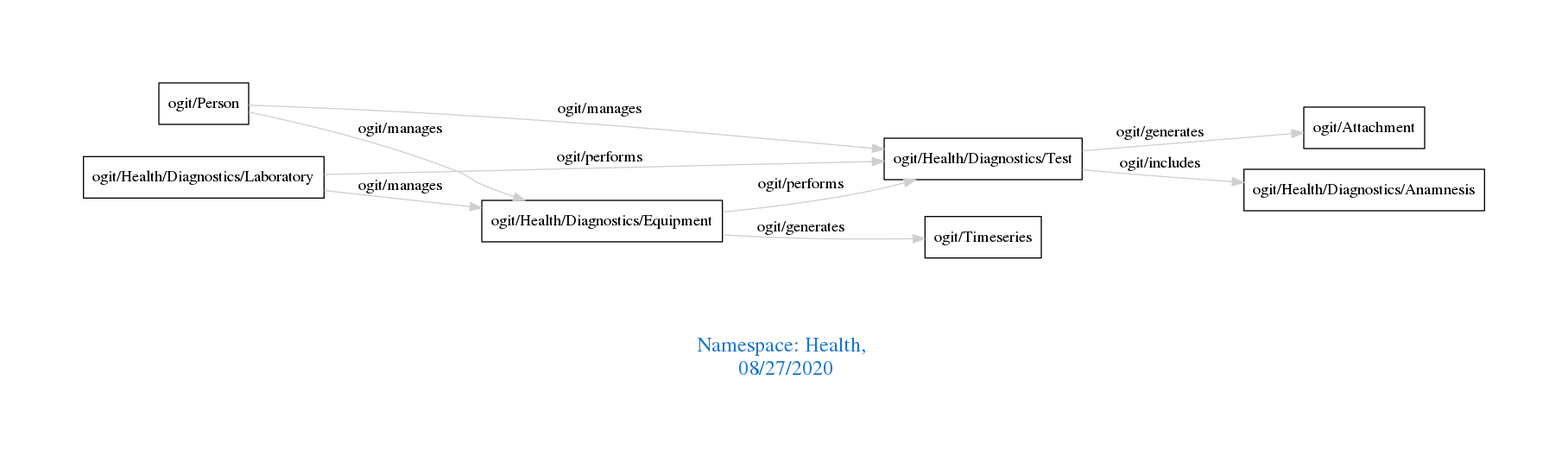
Before: downloads/Health.png, a diagram exported from Graphviz (arago/OGIT). Its source is kept beside it as downloads/Health.dot. Source of this version:
```dot
digraph OGIT_ontology {
 graph [ rankdir= LR,pad=1
fontsize = 18,
fontcolor= dodgerblue3,label = "\n\n\nNamespace: Health, \n 08/27/2020"];
node[shape=polygon];
edge [  color="gray81"];

   "ogit/Health/Diagnostics/Laboratory" -> "ogit/Health/Diagnostics/Equipment" [label="   ogit/manages    "];
   "ogit/Person" -> "ogit/Health/Diagnostics/Equipment" [label="   ogit/manages    "];
   "ogit/Person" -> "ogit/Health/Diagnostics/Test" [label="   ogit/manages    "];
   "ogit/Health/Diagnostics/Equipment" -> "ogit/Timeseries" [label="   ogit/generates    "];
   "ogit/Health/Diagnostics/Test" -> "ogit/Attachment" [label="   ogit/generates    "];
   "ogit/Health/Diagnostics/Test" -> "ogit/Health/Diagnostics/Anamnesis" [label="   ogit/includes    "];
   "ogit/Health/Diagnostics/Equipment" -> "ogit/Health/Diagnostics/Test" [label="   ogit/performs    "];
   "ogit/Health/Diagnostics/Laboratory" -> "ogit/Health/Diagnostics/Test" [label="   ogit/performs    "];
}
```
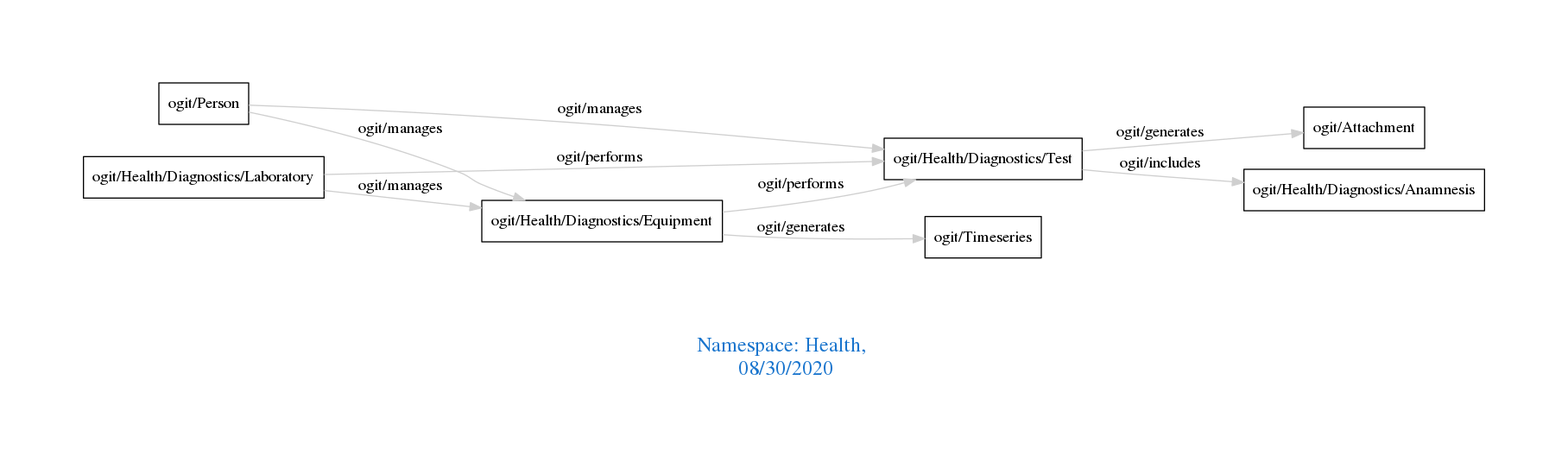
After the change.

What changed in the source:
```diff
@@ -1,7 +1,7 @@
 digraph OGIT_ontology {
  graph [ rankdir= LR,pad=1
 fontsize = 18,
-fontcolor= dodgerblue3,label = "\n\n\nNamespace: Health, \n 08/27/2020"];
+fontcolor= dodgerblue3,label = "\n\n\nNamespace: Health, \n 08/30/2020"];
 node[shape=polygon];
 edge [  color="gray81"];
 
```
